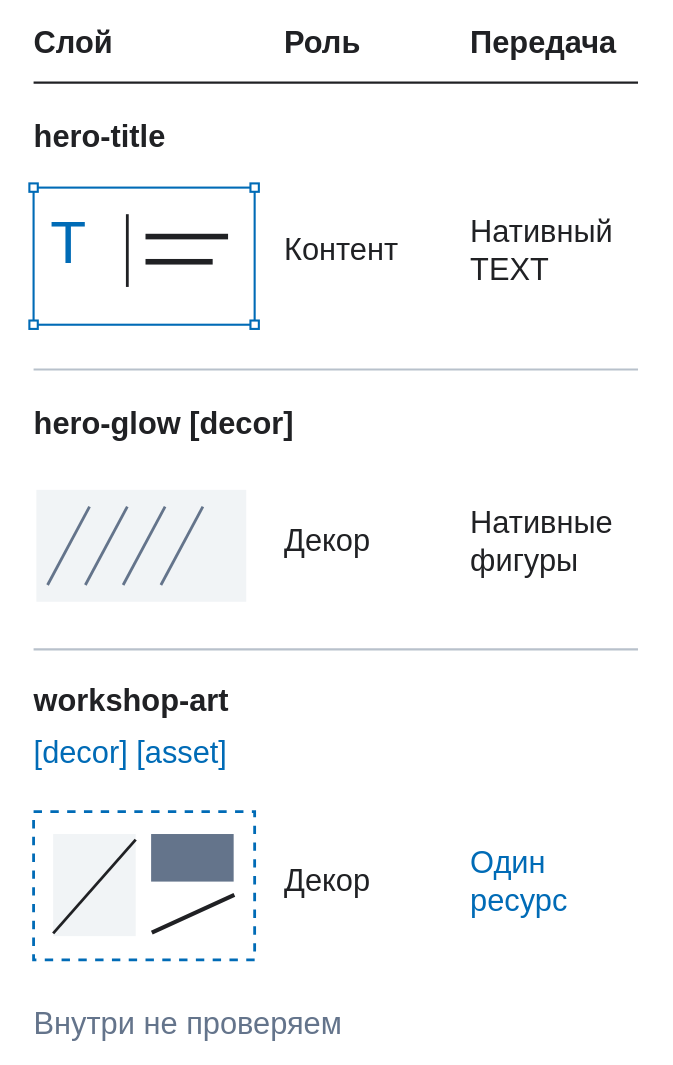
This is assets/tutorial/diagrams/roles-ru.svg from Poliklot/dfc-bridge, a draw.io export, as it was before one commit. Source tidied: cells renumbered, new cells last; positions are measured from the earlier drawing's top-left corner, leaving out a move shared by most shapes. The source it was exported from:
```xml
<mxGraphModel>
  <root>
    <mxCell id="0" />
    <mxCell id="1" parent="0" />
    <mxCell id="2" style="rounded=0;arcSize=5;fillColor=#FFFFFF;strokeColor=none;strokeWidth=1.5;dashed=0;" parent="1" vertex="1">
      <mxGeometry width="480" height="760" as="geometry" />
    </mxCell>
    <mxCell id="3" value="Слой" style="shape=text;whiteSpace=wrap;html=0;fillColor=none;strokeColor=none;fontFamily=Arial;fontSize=22;fontColor=#202124;fontStyle=1;align=left;verticalAlign=middle;spacing=0;overflow=visible;" parent="1" vertex="1">
      <mxGeometry x="24" y="14" width="160" height="34" as="geometry" />
    </mxCell>
    <mxCell id="4" value="Роль" style="shape=text;whiteSpace=wrap;html=0;fillColor=none;strokeColor=none;fontFamily=Arial;fontSize=22;fontColor=#202124;fontStyle=1;align=left;verticalAlign=middle;spacing=0;overflow=visible;" parent="1" vertex="1">
      <mxGeometry x="203" y="14" width="108" height="34" as="geometry" />
    </mxCell>
    <mxCell id="5" value="Передача" style="shape=text;whiteSpace=wrap;html=0;fillColor=none;strokeColor=none;fontFamily=Arial;fontSize=22;fontColor=#202124;fontStyle=1;align=left;verticalAlign=middle;spacing=0;overflow=visible;" parent="1" vertex="1">
      <mxGeometry x="336" y="14" width="120" height="34" as="geometry" />
    </mxCell>
    <mxCell id="6" style="endArrow=none;startArrow=none;strokeColor=#202124;strokeWidth=1.5;dashed=0;rounded=0;" parent="1" edge="1">
      <mxGeometry relative="1" as="geometry">
        <mxPoint x="24" y="59" as="sourcePoint" />
        <mxPoint x="456" y="59" as="targetPoint" />
      </mxGeometry>
    </mxCell>
    <mxCell id="7" value="hero-title" style="shape=text;whiteSpace=wrap;html=0;fillColor=none;strokeColor=none;fontFamily=Arial;fontSize=22;fontColor=#202124;fontStyle=1;align=left;verticalAlign=middle;spacing=0;overflow=visible;" parent="1" vertex="1">
      <mxGeometry x="24" y="82" width="432" height="32" as="geometry" />
    </mxCell>
    <mxCell id="8" style="rounded=0;arcSize=5;fillColor=#FFFFFF;strokeColor=#006BB6;strokeWidth=1.5;dashed=0;" parent="1" vertex="1">
      <mxGeometry x="24" y="134" width="158" height="98" as="geometry" />
    </mxCell>
    <mxCell id="9" value="T" style="shape=text;whiteSpace=wrap;html=0;fillColor=none;strokeColor=none;fontFamily=Arial;fontSize=42;fontColor=#006BB6;fontStyle=0;align=left;verticalAlign=middle;spacing=0;overflow=visible;" parent="8" vertex="1">
      <mxGeometry x="12" y="15" width="50" height="50" as="geometry" />
    </mxCell>
    <mxCell id="10" style="endArrow=none;startArrow=none;strokeColor=#202124;strokeWidth=2;dashed=0;rounded=0;" parent="8" edge="1">
      <mxGeometry relative="1" as="geometry">
        <mxPoint x="67" y="19" as="sourcePoint" />
        <mxPoint x="67" y="71" as="targetPoint" />
      </mxGeometry>
    </mxCell>
    <mxCell id="11" style="rounded=0;arcSize=5;fillColor=#202124;strokeColor=none;strokeWidth=1.5;dashed=0;" parent="8" vertex="1">
      <mxGeometry x="80" y="33" width="59" height="4" as="geometry" />
    </mxCell>
    <mxCell id="12" style="rounded=0;arcSize=5;fillColor=#202124;strokeColor=none;strokeWidth=1.5;dashed=0;" parent="8" vertex="1">
      <mxGeometry x="80" y="51" width="48" height="4" as="geometry" />
    </mxCell>
    <mxCell id="13" style="rounded=0;arcSize=5;fillColor=#FFFFFF;strokeColor=#006BB6;strokeWidth=1.5;dashed=0;" parent="1" vertex="1">
      <mxGeometry x="21" y="131" width="6" height="6" as="geometry" />
    </mxCell>
    <mxCell id="14" style="rounded=0;arcSize=5;fillColor=#FFFFFF;strokeColor=#006BB6;strokeWidth=1.5;dashed=0;" parent="1" vertex="1">
      <mxGeometry x="179" y="131" width="6" height="6" as="geometry" />
    </mxCell>
    <mxCell id="15" style="rounded=0;arcSize=5;fillColor=#FFFFFF;strokeColor=#006BB6;strokeWidth=1.5;dashed=0;" parent="1" vertex="1">
      <mxGeometry x="21" y="229" width="6" height="6" as="geometry" />
    </mxCell>
    <mxCell id="16" style="rounded=0;arcSize=5;fillColor=#FFFFFF;strokeColor=#006BB6;strokeWidth=1.5;dashed=0;" parent="1" vertex="1">
      <mxGeometry x="179" y="229" width="6" height="6" as="geometry" />
    </mxCell>
    <mxCell id="17" value="Контент" style="shape=text;whiteSpace=wrap;html=0;fillColor=none;strokeColor=none;fontFamily=Arial;fontSize=22;fontColor=#202124;fontStyle=0;align=left;verticalAlign=middle;spacing=0;overflow=visible;" parent="1" vertex="1">
      <mxGeometry x="203" y="141" width="116" height="76" as="geometry" />
    </mxCell>
    <mxCell id="18" value="Нативный&#10;TEXT" style="shape=text;whiteSpace=wrap;html=0;fillColor=none;strokeColor=none;fontFamily=Arial;fontSize=22;fontColor=#202124;fontStyle=0;align=left;verticalAlign=middle;spacing=0;overflow=visible;" parent="1" vertex="1">
      <mxGeometry x="336" y="141" width="120" height="76" as="geometry" />
    </mxCell>
    <mxCell id="19" style="endArrow=none;startArrow=none;strokeColor=#B8C1CB;strokeWidth=1.5;dashed=0;rounded=0;" parent="1" edge="1">
      <mxGeometry relative="1" as="geometry">
        <mxPoint x="24" y="264" as="sourcePoint" />
        <mxPoint x="456" y="264" as="targetPoint" />
      </mxGeometry>
    </mxCell>
    <mxCell id="20" value="hero-glow [decor]" style="shape=text;whiteSpace=wrap;html=0;fillColor=none;strokeColor=none;fontFamily=Arial;fontSize=22;fontColor=#202124;fontStyle=1;align=left;verticalAlign=middle;spacing=0;overflow=visible;" parent="1" vertex="1">
      <mxGeometry x="24" y="287" width="432" height="32" as="geometry" />
    </mxCell>
    <mxCell id="21" style="rounded=0;arcSize=5;fillColor=#F1F4F6;strokeColor=none;strokeWidth=1.5;dashed=0;" parent="1" vertex="1">
      <mxGeometry x="26" y="350" width="150" height="80" as="geometry" />
    </mxCell>
    <mxCell id="22" style="endArrow=none;startArrow=none;strokeColor=#64748B;strokeWidth=2;dashed=0;rounded=0;" parent="1" edge="1">
      <mxGeometry relative="1" as="geometry">
        <mxPoint x="34" y="418" as="sourcePoint" />
        <mxPoint x="64" y="362" as="targetPoint" />
      </mxGeometry>
    </mxCell>
    <mxCell id="23" style="endArrow=none;startArrow=none;strokeColor=#64748B;strokeWidth=2;dashed=0;rounded=0;" parent="1" edge="1">
      <mxGeometry relative="1" as="geometry">
        <mxPoint x="61" y="418" as="sourcePoint" />
        <mxPoint x="91" y="362" as="targetPoint" />
      </mxGeometry>
    </mxCell>
    <mxCell id="24" style="endArrow=none;startArrow=none;strokeColor=#64748B;strokeWidth=2;dashed=0;rounded=0;" parent="1" edge="1">
      <mxGeometry relative="1" as="geometry">
        <mxPoint x="88" y="418" as="sourcePoint" />
        <mxPoint x="118" y="362" as="targetPoint" />
      </mxGeometry>
    </mxCell>
    <mxCell id="25" style="endArrow=none;startArrow=none;strokeColor=#64748B;strokeWidth=2;dashed=0;rounded=0;" parent="1" edge="1">
      <mxGeometry relative="1" as="geometry">
        <mxPoint x="115" y="418" as="sourcePoint" />
        <mxPoint x="145" y="362" as="targetPoint" />
      </mxGeometry>
    </mxCell>
    <mxCell id="26" value="Декор" style="shape=text;whiteSpace=wrap;html=0;fillColor=none;strokeColor=none;fontFamily=Arial;fontSize=22;fontColor=#202124;fontStyle=0;align=left;verticalAlign=middle;spacing=0;overflow=visible;" parent="1" vertex="1">
      <mxGeometry x="203" y="348" width="116" height="78" as="geometry" />
    </mxCell>
    <mxCell id="27" value="Нативные&#10;фигуры" style="shape=text;whiteSpace=wrap;html=0;fillColor=none;strokeColor=none;fontFamily=Arial;fontSize=22;fontColor=#202124;fontStyle=0;align=left;verticalAlign=middle;spacing=0;overflow=visible;" parent="1" vertex="1">
      <mxGeometry x="336" y="348" width="120" height="78" as="geometry" />
    </mxCell>
    <mxCell id="28" style="endArrow=none;startArrow=none;strokeColor=#B8C1CB;strokeWidth=1.5;dashed=0;rounded=0;" parent="1" edge="1">
      <mxGeometry relative="1" as="geometry">
        <mxPoint x="24" y="464" as="sourcePoint" />
        <mxPoint x="456" y="464" as="targetPoint" />
      </mxGeometry>
    </mxCell>
    <mxCell id="29" value="workshop-art" style="shape=text;whiteSpace=wrap;html=0;fillColor=none;strokeColor=none;fontFamily=Arial;fontSize=22;fontColor=#202124;fontStyle=1;align=left;verticalAlign=middle;spacing=0;overflow=visible;" parent="1" vertex="1">
      <mxGeometry x="24" y="485" width="432" height="32" as="geometry" />
    </mxCell>
    <mxCell id="30" value="[decor] [asset]" style="shape=text;whiteSpace=wrap;html=0;fillColor=none;strokeColor=none;fontFamily=Arial;fontSize=22;fontColor=#006BB6;fontStyle=0;align=left;verticalAlign=middle;spacing=0;overflow=visible;" parent="1" vertex="1">
      <mxGeometry x="24" y="522" width="432" height="32" as="geometry" />
    </mxCell>
    <mxCell id="31" style="rounded=0;arcSize=5;fillColor=#FFFFFF;strokeColor=#006BB6;strokeWidth=2;dashed=1;" parent="1" vertex="1">
      <mxGeometry x="24" y="580" width="158" height="106" as="geometry" />
    </mxCell>
    <mxCell id="32" style="rounded=0;arcSize=5;fillColor=#F1F4F6;strokeColor=none;strokeWidth=1.5;dashed=0;" parent="31" vertex="1">
      <mxGeometry x="14" y="16" width="59" height="73" as="geometry" />
    </mxCell>
    <mxCell id="33" style="rounded=0;arcSize=5;fillColor=#64748B;strokeColor=none;strokeWidth=1.5;dashed=0;" parent="31" vertex="1">
      <mxGeometry x="84" y="16" width="59" height="34" as="geometry" />
    </mxCell>
    <mxCell id="34" style="endArrow=none;startArrow=none;strokeColor=#202124;strokeWidth=3;dashed=0;rounded=0;" parent="31" edge="1">
      <mxGeometry relative="1" as="geometry">
        <mxPoint x="84" y="86" as="sourcePoint" />
        <mxPoint x="143" y="59" as="targetPoint" />
      </mxGeometry>
    </mxCell>
    <mxCell id="35" style="endArrow=none;startArrow=none;strokeColor=#202124;strokeWidth=2;dashed=0;rounded=0;" parent="31" edge="1">
      <mxGeometry relative="1" as="geometry">
        <mxPoint x="14" y="87" as="sourcePoint" />
        <mxPoint x="73" y="20" as="targetPoint" />
      </mxGeometry>
    </mxCell>
    <mxCell id="36" value="Декор" style="shape=text;whiteSpace=wrap;html=0;fillColor=none;strokeColor=none;fontFamily=Arial;fontSize=22;fontColor=#202124;fontStyle=0;align=left;verticalAlign=middle;spacing=0;overflow=visible;" parent="1" vertex="1">
      <mxGeometry x="203" y="591" width="116" height="78" as="geometry" />
    </mxCell>
    <mxCell id="37" value="Один&#10;ресурс" style="shape=text;whiteSpace=wrap;html=0;fillColor=none;strokeColor=none;fontFamily=Arial;fontSize=22;fontColor=#006BB6;fontStyle=0;align=left;verticalAlign=middle;spacing=0;overflow=visible;" parent="1" vertex="1">
      <mxGeometry x="336" y="591" width="120" height="78" as="geometry" />
    </mxCell>
    <mxCell id="38" value="Внутри не проверяем" style="shape=text;whiteSpace=wrap;html=0;fillColor=none;strokeColor=none;fontFamily=Arial;fontSize=22;fontColor=#64748B;fontStyle=0;align=left;verticalAlign=middle;spacing=0;overflow=visible;" parent="1" vertex="1">
      <mxGeometry x="24" y="716" width="432" height="32" as="geometry" />
    </mxCell>
  </root>
</mxGraphModel>
```
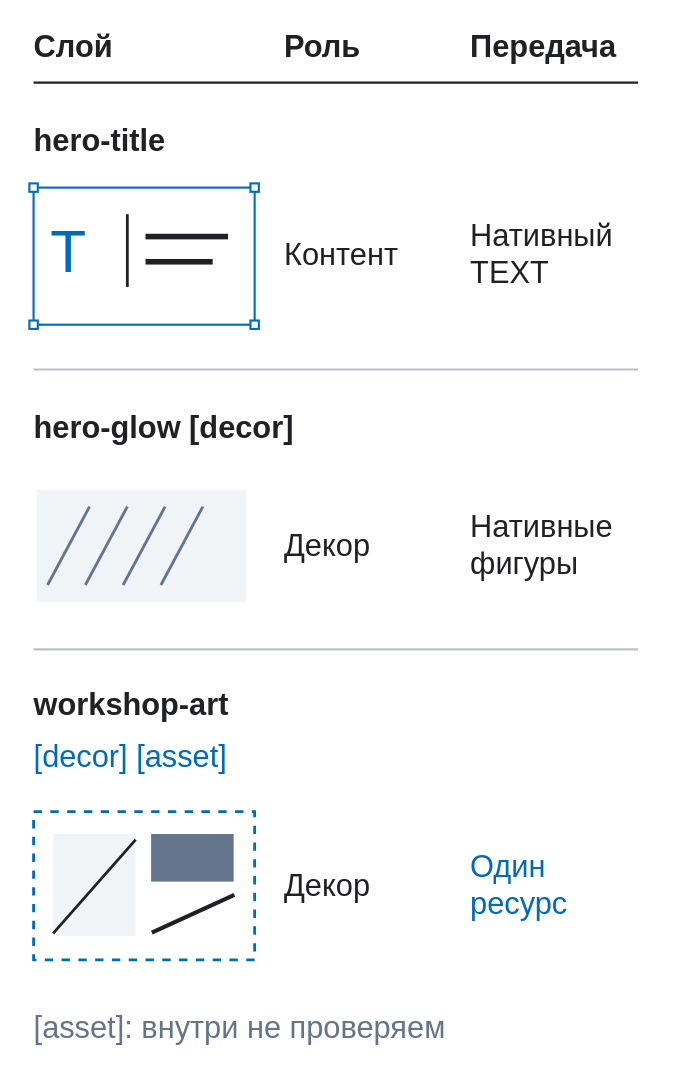
After the commit.

What changed in the source:
```diff
@@ -5,13 +5,13 @@
     <mxCell id="2" style="rounded=0;arcSize=5;fillColor=#FFFFFF;strokeColor=none;strokeWidth=1.5;dashed=0;" parent="1" vertex="1">
       <mxGeometry width="480" height="760" as="geometry" />
     </mxCell>
-    <mxCell id="3" value="Слой" style="shape=text;whiteSpace=wrap;html=0;fillColor=none;strokeColor=none;fontFamily=Arial;fontSize=22;fontColor=#202124;fontStyle=1;align=left;verticalAlign=middle;spacing=0;overflow=visible;" parent="1" vertex="1">
+    <mxCell id="3" value="Слой" style="shape=text;whiteSpace=nowrap;html=0;fillColor=none;strokeColor=none;fontFamily=Arial;fontSize=22;fontColor=#202124;fontStyle=1;align=left;verticalAlign=middle;spacing=0;overflow=visible;" parent="1" vertex="1">
       <mxGeometry x="24" y="14" width="160" height="34" as="geometry" />
     </mxCell>
-    <mxCell id="4" value="Роль" style="shape=text;whiteSpace=wrap;html=0;fillColor=none;strokeColor=none;fontFamily=Arial;fontSize=22;fontColor=#202124;fontStyle=1;align=left;verticalAlign=middle;spacing=0;overflow=visible;" parent="1" vertex="1">
+    <mxCell id="4" value="Роль" style="shape=text;whiteSpace=nowrap;html=0;fillColor=none;strokeColor=none;fontFamily=Arial;fontSize=22;fontColor=#202124;fontStyle=1;align=left;verticalAlign=middle;spacing=0;overflow=visible;" parent="1" vertex="1">
       <mxGeometry x="203" y="14" width="108" height="34" as="geometry" />
     </mxCell>
-    <mxCell id="5" value="Передача" style="shape=text;whiteSpace=wrap;html=0;fillColor=none;strokeColor=none;fontFamily=Arial;fontSize=22;fontColor=#202124;fontStyle=1;align=left;verticalAlign=middle;spacing=0;overflow=visible;" parent="1" vertex="1">
+    <mxCell id="5" value="Передача" style="shape=text;whiteSpace=nowrap;html=0;fillColor=none;strokeColor=none;fontFamily=Arial;fontSize=22;fontColor=#202124;fontStyle=1;align=left;verticalAlign=middle;spacing=0;overflow=visible;" parent="1" vertex="1">
       <mxGeometry x="336" y="14" width="120" height="34" as="geometry" />
     </mxCell>
     <mxCell id="6" style="endArrow=none;startArrow=none;strokeColor=#202124;strokeWidth=1.5;dashed=0;rounded=0;" parent="1" edge="1">
@@ -20,13 +20,13 @@
         <mxPoint x="456" y="59" as="targetPoint" />
       </mxGeometry>
     </mxCell>
-    <mxCell id="7" value="hero-title" style="shape=text;whiteSpace=wrap;html=0;fillColor=none;strokeColor=none;fontFamily=Arial;fontSize=22;fontColor=#202124;fontStyle=1;align=left;verticalAlign=middle;spacing=0;overflow=visible;" parent="1" vertex="1">
+    <mxCell id="7" value="hero-title" style="shape=text;whiteSpace=nowrap;html=0;fillColor=none;strokeColor=none;fontFamily=Arial;fontSize=22;fontColor=#202124;fontStyle=1;align=left;verticalAlign=middle;spacing=0;overflow=visible;" parent="1" vertex="1">
       <mxGeometry x="24" y="82" width="432" height="32" as="geometry" />
     </mxCell>
     <mxCell id="8" style="rounded=0;arcSize=5;fillColor=#FFFFFF;strokeColor=#006BB6;strokeWidth=1.5;dashed=0;" parent="1" vertex="1">
       <mxGeometry x="24" y="134" width="158" height="98" as="geometry" />
     </mxCell>
-    <mxCell id="9" value="T" style="shape=text;whiteSpace=wrap;html=0;fillColor=none;strokeColor=none;fontFamily=Arial;fontSize=42;fontColor=#006BB6;fontStyle=0;align=left;verticalAlign=middle;spacing=0;overflow=visible;" parent="8" vertex="1">
+    <mxCell id="9" value="T" style="shape=text;whiteSpace=nowrap;html=0;fillColor=none;strokeColor=none;fontFamily=Arial;fontSize=42;fontColor=#006BB6;fontStyle=0;align=left;verticalAlign=middle;spacing=0;overflow=visible;" parent="8" vertex="1">
       <mxGeometry x="12" y="15" width="50" height="50" as="geometry" />
     </mxCell>
     <mxCell id="10" style="endArrow=none;startArrow=none;strokeColor=#202124;strokeWidth=2;dashed=0;rounded=0;" parent="8" edge="1">
@@ -53,10 +53,10 @@
     <mxCell id="16" style="rounded=0;arcSize=5;fillColor=#FFFFFF;strokeColor=#006BB6;strokeWidth=1.5;dashed=0;" parent="1" vertex="1">
       <mxGeometry x="179" y="229" width="6" height="6" as="geometry" />
     </mxCell>
-    <mxCell id="17" value="Контент" style="shape=text;whiteSpace=wrap;html=0;fillColor=none;strokeColor=none;fontFamily=Arial;fontSize=22;fontColor=#202124;fontStyle=0;align=left;verticalAlign=middle;spacing=0;overflow=visible;" parent="1" vertex="1">
+    <mxCell id="17" value="Контент" style="shape=text;whiteSpace=nowrap;html=0;fillColor=none;strokeColor=none;fontFamily=Arial;fontSize=22;fontColor=#202124;fontStyle=0;align=left;verticalAlign=middle;spacing=0;overflow=visible;" parent="1" vertex="1">
       <mxGeometry x="203" y="141" width="116" height="76" as="geometry" />
     </mxCell>
-    <mxCell id="18" value="Нативный&#10;TEXT" style="shape=text;whiteSpace=wrap;html=0;fillColor=none;strokeColor=none;fontFamily=Arial;fontSize=22;fontColor=#202124;fontStyle=0;align=left;verticalAlign=middle;spacing=0;overflow=visible;" parent="1" vertex="1">
+    <mxCell id="18" value="Нативный&#10;TEXT" style="shape=text;whiteSpace=nowrap;html=0;fillColor=none;strokeColor=none;fontFamily=Arial;fontSize=22;fontColor=#202124;fontStyle=0;align=left;verticalAlign=middle;spacing=0;overflow=visible;" parent="1" vertex="1">
       <mxGeometry x="336" y="141" width="120" height="76" as="geometry" />
     </mxCell>
     <mxCell id="19" style="endArrow=none;startArrow=none;strokeColor=#B8C1CB;strokeWidth=1.5;dashed=0;rounded=0;" parent="1" edge="1">
@@ -65,7 +65,7 @@
         <mxPoint x="456" y="264" as="targetPoint" />
       </mxGeometry>
     </mxCell>
-    <mxCell id="20" value="hero-glow [decor]" style="shape=text;whiteSpace=wrap;html=0;fillColor=none;strokeColor=none;fontFamily=Arial;fontSize=22;fontColor=#202124;fontStyle=1;align=left;verticalAlign=middle;spacing=0;overflow=visible;" parent="1" vertex="1">
+    <mxCell id="20" value="hero-glow [decor]" style="shape=text;whiteSpace=nowrap;html=0;fillColor=none;strokeColor=none;fontFamily=Arial;fontSize=22;fontColor=#202124;fontStyle=1;align=left;verticalAlign=middle;spacing=0;overflow=visible;" parent="1" vertex="1">
       <mxGeometry x="24" y="287" width="432" height="32" as="geometry" />
     </mxCell>
     <mxCell id="21" style="rounded=0;arcSize=5;fillColor=#F1F4F6;strokeColor=none;strokeWidth=1.5;dashed=0;" parent="1" vertex="1">
@@ -95,10 +95,10 @@
         <mxPoint x="145" y="362" as="targetPoint" />
       </mxGeometry>
     </mxCell>
-    <mxCell id="26" value="Декор" style="shape=text;whiteSpace=wrap;html=0;fillColor=none;strokeColor=none;fontFamily=Arial;fontSize=22;fontColor=#202124;fontStyle=0;align=left;verticalAlign=middle;spacing=0;overflow=visible;" parent="1" vertex="1">
+    <mxCell id="26" value="Декор" style="shape=text;whiteSpace=nowrap;html=0;fillColor=none;strokeColor=none;fontFamily=Arial;fontSize=22;fontColor=#202124;fontStyle=0;align=left;verticalAlign=middle;spacing=0;overflow=visible;" parent="1" vertex="1">
       <mxGeometry x="203" y="348" width="116" height="78" as="geometry" />
     </mxCell>
-    <mxCell id="27" value="Нативные&#10;фигуры" style="shape=text;whiteSpace=wrap;html=0;fillColor=none;strokeColor=none;fontFamily=Arial;fontSize=22;fontColor=#202124;fontStyle=0;align=left;verticalAlign=middle;spacing=0;overflow=visible;" parent="1" vertex="1">
+    <mxCell id="27" value="Нативные&#10;фигуры" style="shape=text;whiteSpace=nowrap;html=0;fillColor=none;strokeColor=none;fontFamily=Arial;fontSize=22;fontColor=#202124;fontStyle=0;align=left;verticalAlign=middle;spacing=0;overflow=visible;" parent="1" vertex="1">
       <mxGeometry x="336" y="348" width="120" height="78" as="geometry" />
     </mxCell>
     <mxCell id="28" style="endArrow=none;startArrow=none;strokeColor=#B8C1CB;strokeWidth=1.5;dashed=0;rounded=0;" parent="1" edge="1">
@@ -107,10 +107,10 @@
         <mxPoint x="456" y="464" as="targetPoint" />
       </mxGeometry>
     </mxCell>
-    <mxCell id="29" value="workshop-art" style="shape=text;whiteSpace=wrap;html=0;fillColor=none;strokeColor=none;fontFamily=Arial;fontSize=22;fontColor=#202124;fontStyle=1;align=left;verticalAlign=middle;spacing=0;overflow=visible;" parent="1" vertex="1">
+    <mxCell id="29" value="workshop-art" style="shape=text;whiteSpace=nowrap;html=0;fillColor=none;strokeColor=none;fontFamily=Arial;fontSize=22;fontColor=#202124;fontStyle=1;align=left;verticalAlign=middle;spacing=0;overflow=visible;" parent="1" vertex="1">
       <mxGeometry x="24" y="485" width="432" height="32" as="geometry" />
     </mxCell>
-    <mxCell id="30" value="[decor] [asset]" style="shape=text;whiteSpace=wrap;html=0;fillColor=none;strokeColor=none;fontFamily=Arial;fontSize=22;fontColor=#006BB6;fontStyle=0;align=left;verticalAlign=middle;spacing=0;overflow=visible;" parent="1" vertex="1">
+    <mxCell id="30" value="[decor] [asset]" style="shape=text;whiteSpace=nowrap;html=0;fillColor=none;strokeColor=none;fontFamily=Arial;fontSize=22;fontColor=#006BB6;fontStyle=0;align=left;verticalAlign=middle;spacing=0;overflow=visible;" parent="1" vertex="1">
       <mxGeometry x="24" y="522" width="432" height="32" as="geometry" />
     </mxCell>
     <mxCell id="31" style="rounded=0;arcSize=5;fillColor=#FFFFFF;strokeColor=#006BB6;strokeWidth=2;dashed=1;" parent="1" vertex="1">
@@ -134,13 +134,13 @@
         <mxPoint x="73" y="20" as="targetPoint" />
       </mxGeometry>
     </mxCell>
-    <mxCell id="36" value="Декор" style="shape=text;whiteSpace=wrap;html=0;fillColor=none;strokeColor=none;fontFamily=Arial;fontSize=22;fontColor=#202124;fontStyle=0;align=left;verticalAlign=middle;spacing=0;overflow=visible;" parent="1" vertex="1">
+    <mxCell id="36" value="Декор" style="shape=text;whiteSpace=nowrap;html=0;fillColor=none;strokeColor=none;fontFamily=Arial;fontSize=22;fontColor=#202124;fontStyle=0;align=left;verticalAlign=middle;spacing=0;overflow=visible;" parent="1" vertex="1">
       <mxGeometry x="203" y="591" width="116" height="78" as="geometry" />
     </mxCell>
-    <mxCell id="37" value="Один&#10;ресурс" style="shape=text;whiteSpace=wrap;html=0;fillColor=none;strokeColor=none;fontFamily=Arial;fontSize=22;fontColor=#006BB6;fontStyle=0;align=left;verticalAlign=middle;spacing=0;overflow=visible;" parent="1" vertex="1">
+    <mxCell id="37" value="Один&#10;ресурс" style="shape=text;whiteSpace=nowrap;html=0;fillColor=none;strokeColor=none;fontFamily=Arial;fontSize=22;fontColor=#006BB6;fontStyle=0;align=left;verticalAlign=middle;spacing=0;overflow=visible;" parent="1" vertex="1">
       <mxGeometry x="336" y="591" width="120" height="78" as="geometry" />
     </mxCell>
-    <mxCell id="38" value="Внутри не проверяем" style="shape=text;whiteSpace=wrap;html=0;fillColor=none;strokeColor=none;fontFamily=Arial;fontSize=22;fontColor=#64748B;fontStyle=0;align=left;verticalAlign=middle;spacing=0;overflow=visible;" parent="1" vertex="1">
+    <mxCell id="38" value="[asset]: внутри не проверяем" style="shape=text;whiteSpace=nowrap;html=0;fillColor=none;strokeColor=none;fontFamily=Arial;fontSize=22;fontColor=#64748B;fontStyle=0;align=left;verticalAlign=middle;spacing=0;overflow=visible;" parent="1" vertex="1">
       <mxGeometry x="24" y="716" width="432" height="32" as="geometry" />
     </mxCell>
   </root>
```
